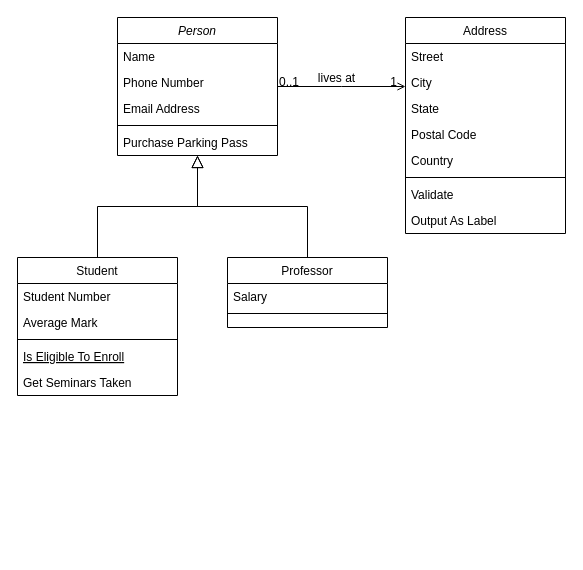
This is small-spring-step-04/Spring.drawio from yangzg95/small-spring, a draw.io file, before an edit. Source tidied: cells renumbered, new cells numbered last; positions are measured from the earlier drawing's top-left corner, leaving out a move shared by most shapes. Both pictures are drawn from the tidied source at 100%, with x=0, y=0 at pixel (17, 17).
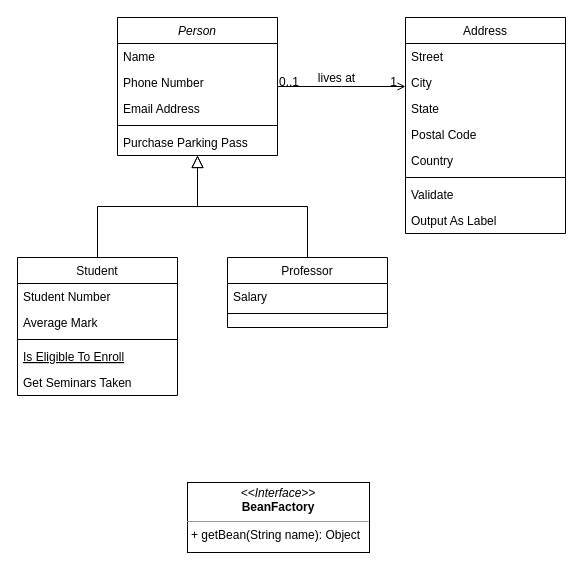
The same diagram, later.

What changed in the source:
```diff
@@
+    <mxCell id="32" value="&lt;p style=&quot;margin:0px;margin-top:4px;text-align:center;&quot;&gt;&lt;i&gt;&amp;lt;&amp;lt;Interface&amp;gt;&amp;gt;&lt;/i&gt;&lt;br&gt;&lt;b&gt;BeanFactory&lt;/b&gt;&lt;/p&gt;&lt;hr size=&quot;1&quot;&gt;&lt;p style=&quot;margin:0px;margin-left:4px;&quot;&gt;+ getBean(String name): Object&lt;br&gt;&lt;/p&gt;" style="verticalAlign=top;align=left;overflow=fill;fontSize=12;fontFamily=Helvetica;html=1;" parent="1" vertex="1">
+      <mxGeometry x="170" y="465" width="182" height="70" as="geometry" />
+    </mxCell>
```
